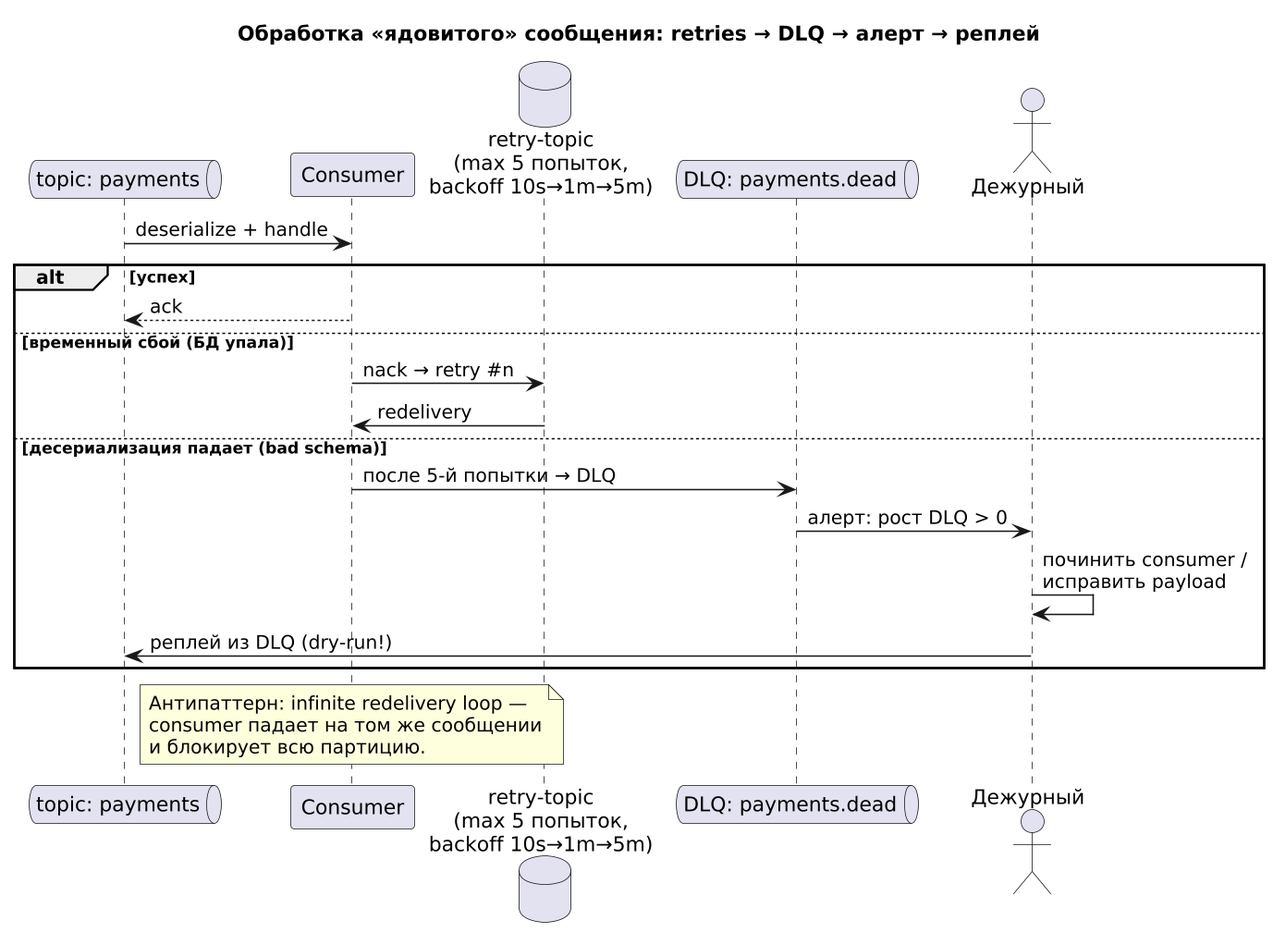
The PlantUML diagram images_m3/m3_08_dlq_pattern.png in maedodo11/fullstack-system-analyst, before a commit. Its source is kept beside it as puml_m3/m3_08_dlq_pattern.puml.
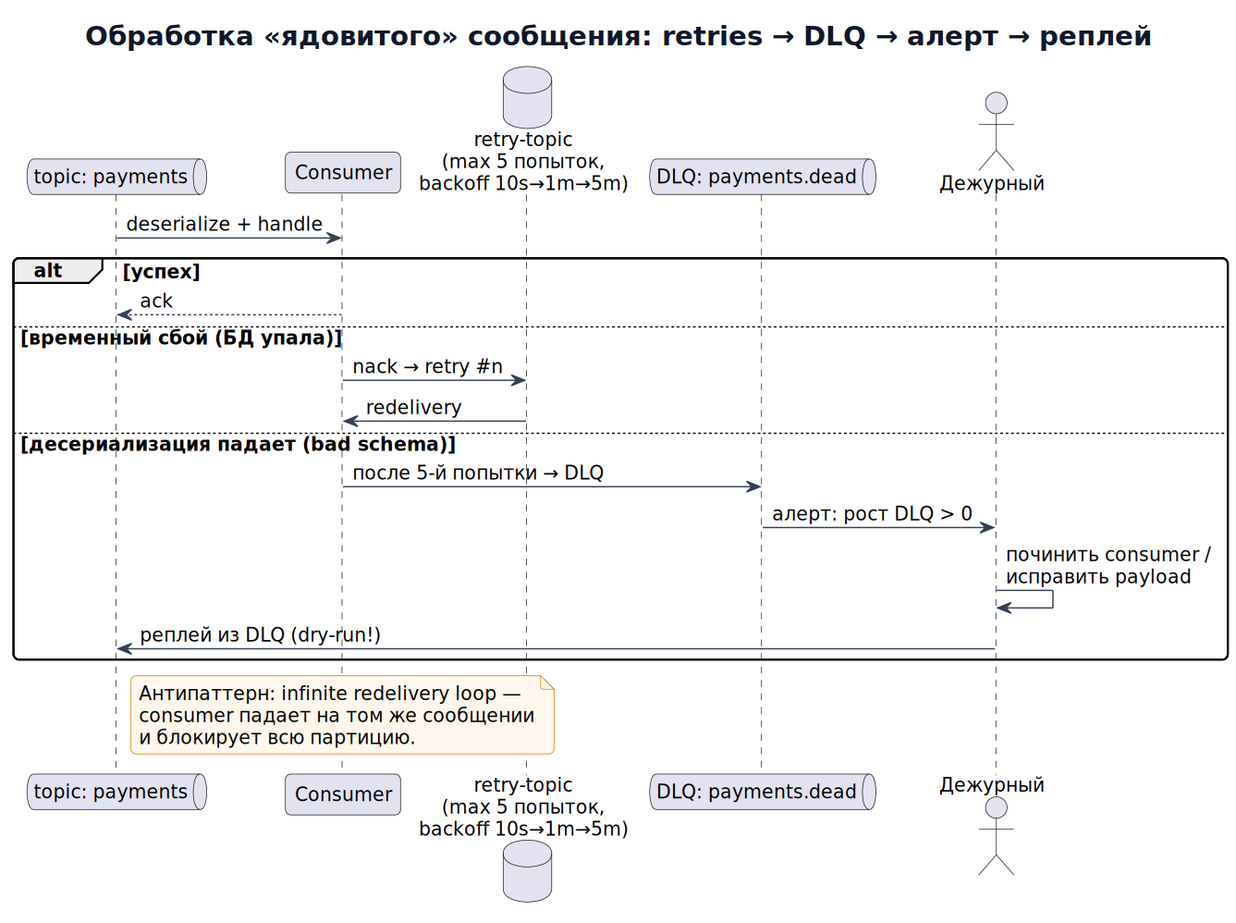
Later version of the same file.

Change to the diagram source:
```diff
@@ -1,7 +1,16 @@
 @startuml m3_08_dlq_pattern
+skinparam defaultFontName "DejaVu Sans"
+skinparam defaultFontSize 14
+skinparam backgroundColor #FFFFFF
+skinparam shadowing false
+skinparam roundcorner 8
+skinparam ArrowColor #334155
+skinparam titleFontColor #0F172A
+skinparam titleFontSize 20
+skinparam noteBackgroundColor #FFF7ED
+skinparam noteBorderColor #D97706
+skinparam dpi 140
 title Обработка «ядовитого» сообщения: retries → DLQ → алерт → реплей
-!pragma layout smetana
-skinparam defaultFontName "DejaVu Sans"
 queue "topic: payments" as T
 participant "Consumer" as CS
 database "retry-topic\n(max 5 попыток,\nbackoff 10s→1m→5m)" as R
```
